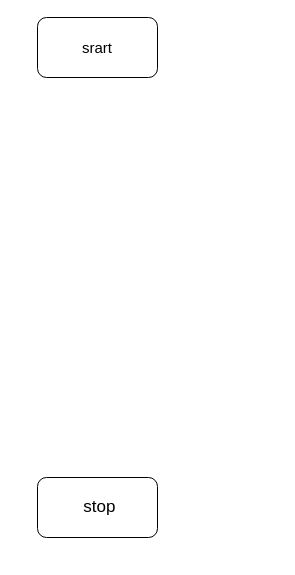
Before: q4.drawio in miriamnipom/miriam, a draw.io diagram. Source tidied: cells renumbered, new cells numbered last; positions are measured from the earlier drawing's top-left corner, leaving out a move shared by most shapes. Both pictures are drawn from the tidied source at 100%, with x=0, y=0 at pixel (37, 17).
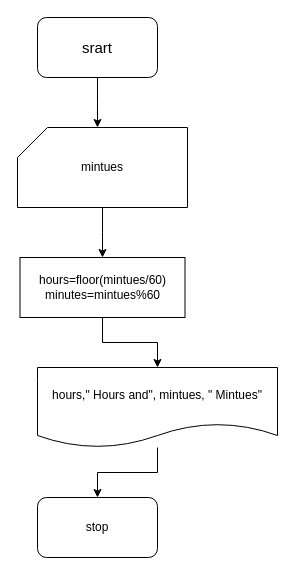
The same page after the edit.

What changed in the source:
```diff
@@
 <mxGraphModel>
   <root>
     <mxCell id="0" />
     <mxCell id="1" parent="0" />
+    <mxCell id="4" style="edgeStyle=orthogonalEdgeStyle;rounded=0;jettySize=auto;html=1;" parent="1" edge="1" source="2">
+      <mxGeometry relative="1" as="geometry">
+        <mxPoint x="60" y="110" as="targetPoint" />
+      </mxGeometry>
+    </mxCell>
     <mxCell id="2" value="&lt;font style=&quot;font-size: 15px;&quot;&gt;srart&lt;/font&gt;" style="rounded=1;whiteSpace=wrap;html=1;" parent="1" vertex="1">
       <mxGeometry width="120" height="60" as="geometry" />
     </mxCell>
+    <mxCell id="5" style="edgeStyle=orthogonalEdgeStyle;rounded=0;jettySize=auto;html=1;" parent="1" edge="1" source="6">
+      <mxGeometry relative="1" as="geometry">
+        <mxPoint x="65" y="240" as="targetPoint" />
+      </mxGeometry>
+    </mxCell>
+    <mxCell id="6" value="mintues" style="shape=card;whiteSpace=wrap;html=1;" parent="1" vertex="1">
+      <mxGeometry x="-20" y="110" width="170" height="80" as="geometry" />
+    </mxCell>
+    <mxCell id="7" style="edgeStyle=orthogonalEdgeStyle;rounded=0;jettySize=auto;html=1;" parent="1" edge="1" source="8" target="10">
+      <mxGeometry relative="1" as="geometry" />
+    </mxCell>
+    <mxCell id="8" value="hours=floor(mintues/60)&lt;br&gt;minutes=mintues%60" style="rounded=0;whiteSpace=wrap;html=1;" parent="1" vertex="1">
+      <mxGeometry x="-17.5" y="240" width="165" height="60" as="geometry" />
+    </mxCell>
+    <mxCell id="9" style="edgeStyle=orthogonalEdgeStyle;rounded=0;jettySize=auto;html=1;" parent="1" edge="1" source="10" target="3">
+      <mxGeometry relative="1" as="geometry" />
+    </mxCell>
+    <mxCell id="10" value="hours,&quot; Hours and&quot;, mintues, &quot; Mintues&quot;" style="shape=document;whiteSpace=wrap;html=1;boundedLbl=1;" parent="1" vertex="1">
+      <mxGeometry y="350" width="240" height="80" as="geometry" />
+    </mxCell>
-    <mxCell id="3" value="&lt;font style=&quot;font-size: 17px;&quot;&gt;&amp;nbsp;stop&lt;/font&gt;" style="rounded=1;whiteSpace=wrap;html=1;" parent="1" vertex="1">
-      <mxGeometry y="460" width="120" height="60" as="geometry" />
+    <mxCell id="3" value="stop" style="rounded=1;whiteSpace=wrap;html=1;" parent="1" vertex="1">
+      <mxGeometry y="480" width="120" height="60" as="geometry" />
     </mxCell>
   </root>
 </mxGraphModel>
```
